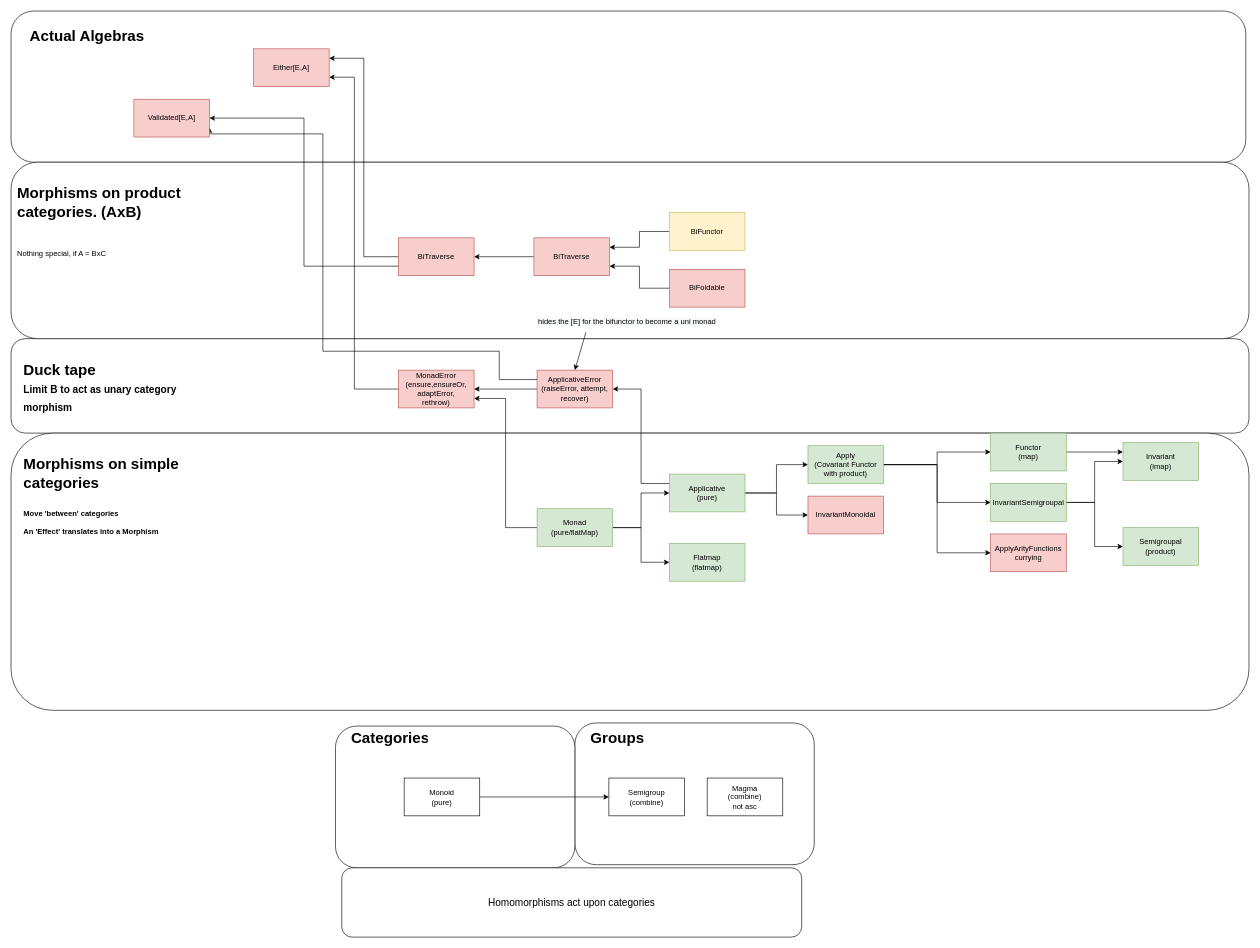
Above: page "Initial Big Picture" (1 of 5) of diagram.drawio in noReasonException/my-cats (draw.io), before the change. Source tidied: cells renumbered, new cells numbered last; positions are measured from the earlier drawing's top-left corner, leaving out a move shared by most shapes. Both pictures are drawn from the tidied source at 63%, with x=0, y=0 at pixel (11, 11).
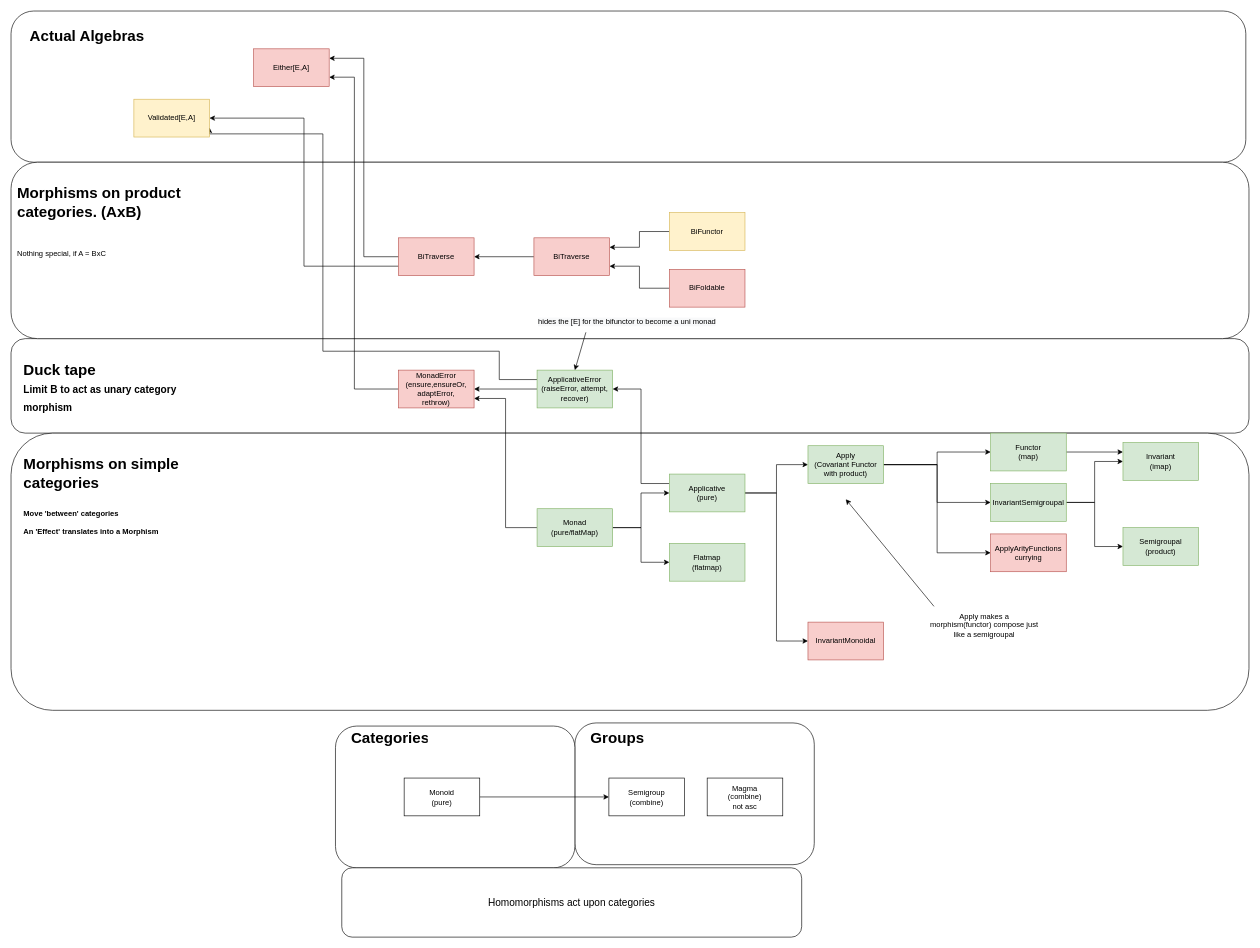
Above is the later version.

Commit message (it also covers changes not shown here):
Validated works as advertized

Change to the diagram source:
```diff
@@
     <mxCell id="30" value="InvariantMonoidal" style="rounded=0;whiteSpace=wrap;html=1;fillColor=#f8cecc;strokeColor=#b85450;" parent="1" vertex="1">
-      <mxGeometry x="1265" y="770" width="120" height="60" as="geometry" />
+      <mxGeometry x="1265" y="970" width="120" height="60" as="geometry" />
     </mxCell>
@@
-    <mxCell id="49" value="ApplicativeError&lt;br&gt;(raiseError, attempt, recover)&lt;br&gt;" style="rounded=0;whiteSpace=wrap;html=1;fillColor=#f8cecc;strokeColor=#b85450;" parent="1" vertex="1">
+    <mxCell id="49" value="ApplicativeError&lt;br&gt;(raiseError, attempt, recover)&lt;br&gt;" style="rounded=0;whiteSpace=wrap;html=1;fillColor=#d5e8d4;strokeColor=#82b366;" parent="1" vertex="1">
       <mxGeometry x="835" y="570" width="120" height="60" as="geometry" />
     </mxCell>
@@
-    <mxCell id="58" value="Validated[E,A]" style="rounded=0;whiteSpace=wrap;html=1;fillColor=#f8cecc;strokeColor=#b85450;" parent="1" vertex="1">
+    <mxCell id="58" value="Validated[E,A]" style="rounded=0;whiteSpace=wrap;html=1;fillColor=#fff2cc;strokeColor=#d6b656;" parent="1" vertex="1">
       <mxGeometry x="195" y="140" width="120" height="60" as="geometry" />
     </mxCell>
+    <mxCell id="59" value="Apply makes a morphism(functor) compose just like a semigroupal" style="text;html=1;strokeColor=none;fillColor=none;align=center;verticalAlign=middle;whiteSpace=wrap;rounded=0;fontSize=12;" parent="1" vertex="1">
+      <mxGeometry x="1455" y="930" width="180" height="90" as="geometry" />
+    </mxCell>
+    <mxCell id="60" style="endArrow=classic;html=1;rounded=0;fontSize=12;" parent="1" edge="1">
+      <mxGeometry relative="1" as="geometry">
+        <mxPoint x="1465" y="945" as="sourcePoint" />
+        <mxPoint x="1325" y="775" as="targetPoint" />
+      </mxGeometry>
+    </mxCell>
```
